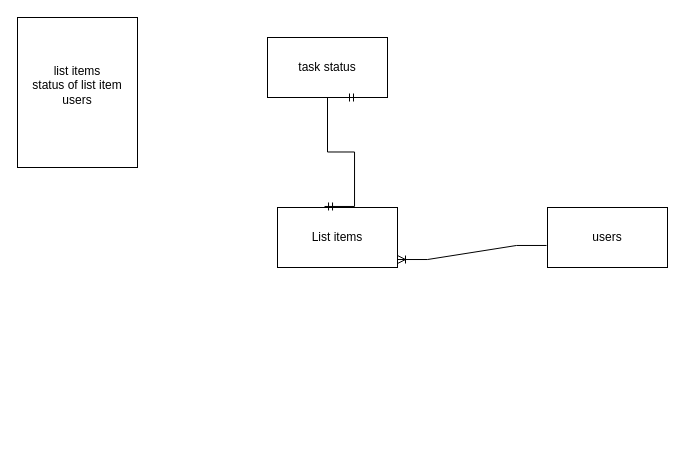
The draw.io diagram SQL Planning.drawio in minior/todolist, before the edit. Source tidied: cells renumbered, new cells numbered last; positions are measured from the earlier drawing's top-left corner, leaving out a move shared by most shapes. Both pictures are drawn from the tidied source at 100%, with x=0, y=0 at pixel (17, 17).
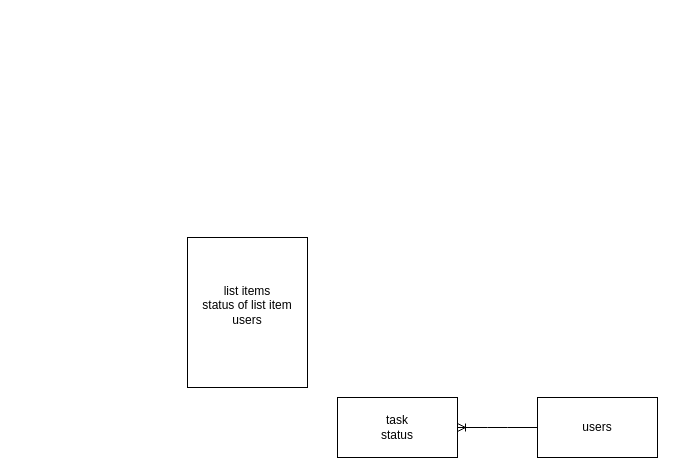
The same page after the edit.

Diff of the diagram source:
```diff
@@
 <mxGraphModel>
   <root>
     <mxCell id="0" />
     <mxCell id="1" parent="0" />
-    <mxCell id="2" value="List items" style="rounded=0;whiteSpace=wrap;html=1;" parent="1" vertex="1">
-      <mxGeometry x="260" y="190" width="120" height="60" as="geometry" />
-    </mxCell>
     <mxCell id="3" value="list items&lt;div&gt;status of list item&lt;/div&gt;&lt;div&gt;users&lt;/div&gt;&lt;div&gt;&lt;br&gt;&lt;/div&gt;" style="rounded=0;whiteSpace=wrap;html=1;" parent="1" vertex="1">
-      <mxGeometry width="120" height="150" as="geometry" />
+      <mxGeometry x="170" y="220" width="120" height="150" as="geometry" />
     </mxCell>
+    <mxCell id="5" value="task&lt;div&gt;status&lt;/div&gt;" style="rounded=0;whiteSpace=wrap;html=1;" parent="1" vertex="1">
+      <mxGeometry x="320" y="380" width="120" height="60" as="geometry" />
+    </mxCell>
     <mxCell id="4" value="users" style="rounded=0;whiteSpace=wrap;html=1;" parent="1" vertex="1">
-      <mxGeometry x="530" y="190" width="120" height="60" as="geometry" />
+      <mxGeometry x="520" y="380" width="120" height="60" as="geometry" />
     </mxCell>
-    <mxCell id="5" value="task status" style="rounded=0;whiteSpace=wrap;html=1;" parent="1" vertex="1">
-      <mxGeometry x="250" y="20" width="120" height="60" as="geometry" />
-    </mxCell>
-    <mxCell id="6" style="edgeStyle=entityRelationEdgeStyle;fontSize=12;html=1;endArrow=ERoneToMany;rounded=0;exitX=-0.008;exitY=0.633;exitDx=0;exitDy=0;exitPerimeter=0;entryX=1;entryY=0.867;entryDx=0;entryDy=0;entryPerimeter=0;" parent="1" edge="1" source="4" target="2">
-      <mxGeometry relative="1" as="geometry" />
-    </mxCell>
-    <mxCell id="7" style="edgeStyle=entityRelationEdgeStyle;fontSize=12;html=1;endArrow=ERmandOne;startArrow=ERmandOne;rounded=0;exitX=0.392;exitY=-0.017;exitDx=0;exitDy=0;exitPerimeter=0;entryX=0.75;entryY=1;entryDx=0;entryDy=0;" parent="1" edge="1" source="2" target="5">
-      <mxGeometry relative="1" as="geometry">
-        <Array as="points">
-          <mxPoint x="340" y="150" />
-        </Array>
-      </mxGeometry>
-    </mxCell>
+    <mxCell id="8" style="edgeStyle=entityRelationEdgeStyle;fontSize=12;html=1;endArrow=ERoneToMany;rounded=0;entryX=1;entryY=0.5;entryDx=0;entryDy=0;exitX=0;exitY=0.5;exitDx=0;exitDy=0;" parent="1" edge="1" source="4" target="5">
+      <mxGeometry relative="1" as="geometry" />
+    </mxCell>
   </root>
 </mxGraphModel>
```
